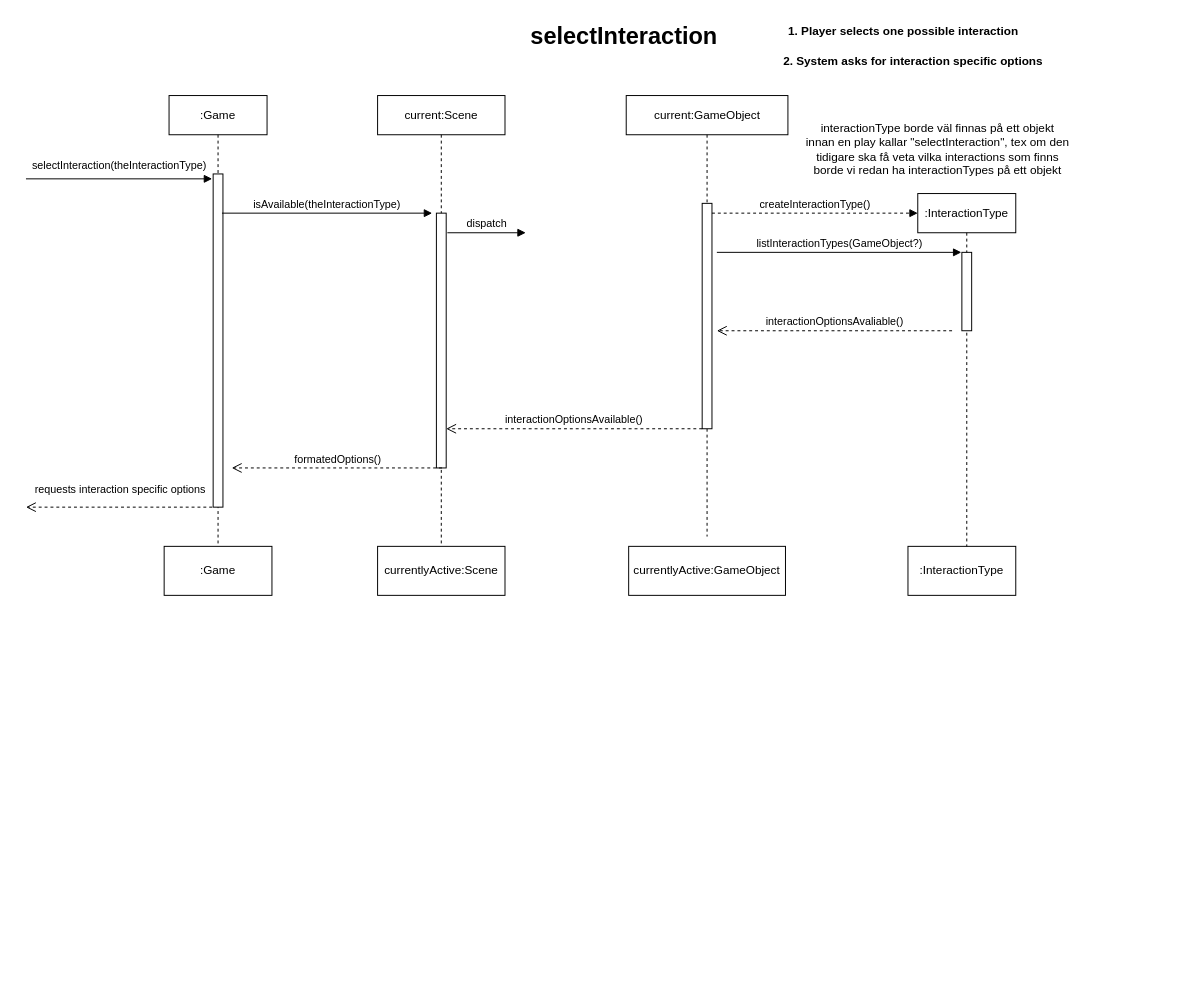
The draw.io diagram page "selectInteraction" (3 of 6) of domain-model.drawio in Jesper-R/PA1460, before the edit. Source tidied: cells renumbered, new cells numbered last; positions are measured from the earlier drawing's top-left corner, leaving out a move shared by most shapes. Both pictures are drawn from the tidied source at 98%, with x=0, y=0 at pixel (25, 17).
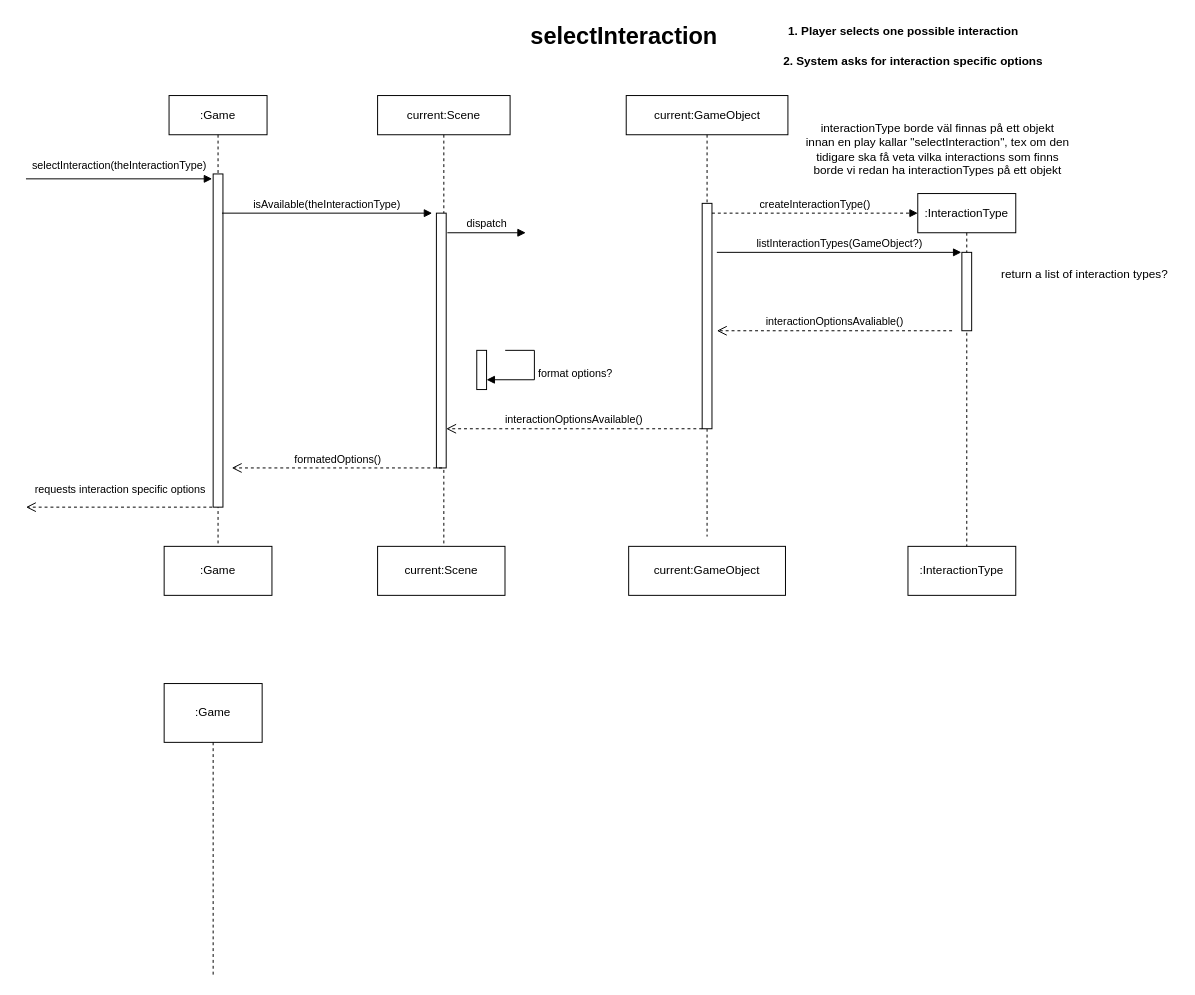
The same page after the edit.

Diff of the diagram source:
```diff
@@
     <mxCell id="14" value="current:Scene" style="shape=umlLifeline;perimeter=lifelinePerimeter;whiteSpace=wrap;html=1;newEdgeStyle={&quot;curved&quot;:0,&quot;rounded&quot;:0};size=40;" parent="1" vertex="1">
-      <mxGeometry x="358.8" y="80" width="130" height="460" as="geometry" />
+      <mxGeometry x="358.8" y="80" width="135.2" height="460" as="geometry" />
     </mxCell>
@@
+    <mxCell id="27" style="html=1;points=[[0,0,0,0,5],[0,1,0,0,-5],[1,0,0,0,5],[1,1,0,0,-5]];perimeter=orthogonalPerimeter;outlineConnect=0;targetShapes=umlLifeline;portConstraint=eastwest;newEdgeStyle={&quot;curved&quot;:0,&quot;rounded&quot;:0};" parent="14" vertex="1">
+      <mxGeometry x="101.2" y="260" width="10" height="40" as="geometry" />
+    </mxCell>
+    <mxCell id="28" value="format options?" style="html=1;align=left;spacingLeft=2;endArrow=block;rounded=0;edgeStyle=orthogonalEdgeStyle;curved=0;rounded=0;" parent="14" edge="1" target="27">
+      <mxGeometry relative="1" as="geometry">
+        <mxPoint x="130.2" y="260" as="sourcePoint" />
+        <Array as="points">
+          <mxPoint x="160" y="260" />
+          <mxPoint x="160" y="290" />
+        </Array>
+      </mxGeometry>
+    </mxCell>
-    <mxCell id="16" value="currentlyActive:GameObject" style="html=1;whiteSpace=wrap;" parent="1" vertex="1">
+    <mxCell id="16" value="current:GameObject" style="html=1;whiteSpace=wrap;" parent="1" vertex="1">
       <mxGeometry x="615" y="540" width="160" height="50" as="geometry" />
     </mxCell>
@@
-    <mxCell id="18" value="currentlyActive:Scene" style="html=1;whiteSpace=wrap;" parent="1" vertex="1">
+    <mxCell id="18" value="current:Scene" style="html=1;whiteSpace=wrap;" parent="1" vertex="1">
       <mxGeometry x="358.8" y="540" width="130" height="50" as="geometry" />
     </mxCell>
@@
+    <mxCell id="29" value="return a list of interaction types?" style="text;html=1;align=center;verticalAlign=middle;strokeColor=none;fillColor=none;" parent="1" vertex="1">
+      <mxGeometry x="985" y="248" width="190" height="30" as="geometry" />
+    </mxCell>
+    <mxCell id="30" value=":Game" style="shape=umlLifeline;perimeter=lifelinePerimeter;whiteSpace=wrap;html=1;newEdgeStyle={&quot;curved&quot;:0,&quot;rounded&quot;:0};size=60;" parent="1" vertex="1">
+      <mxGeometry x="141" y="680" width="100" height="300" as="geometry" />
+    </mxCell>
```
